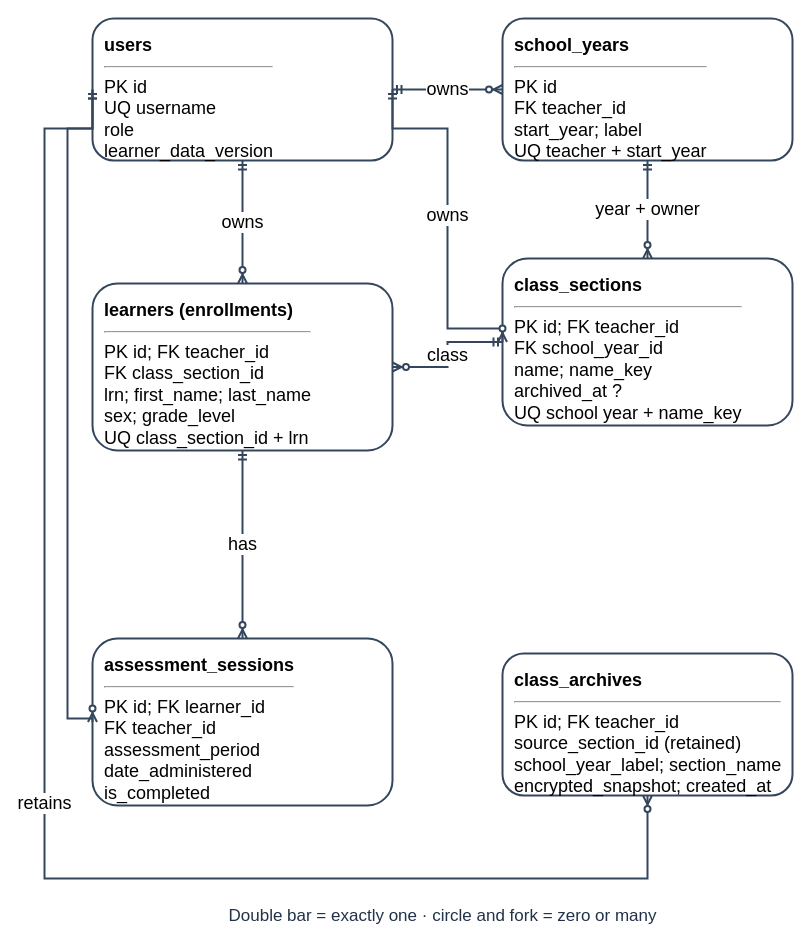
Above: docs/diagrams/class-workspaces/figure-24-class-erd.drawio in AkuSayangKamuJudaSayang/crl-app (draw.io), before the change. Source tidied: cells renumbered, new cells numbered last; positions are measured from the earlier drawing's top-left corner, leaving out a move shared by most shapes. Both pictures are drawn from the tidied source at 100%, with x=0, y=0 at pixel (44, 18).
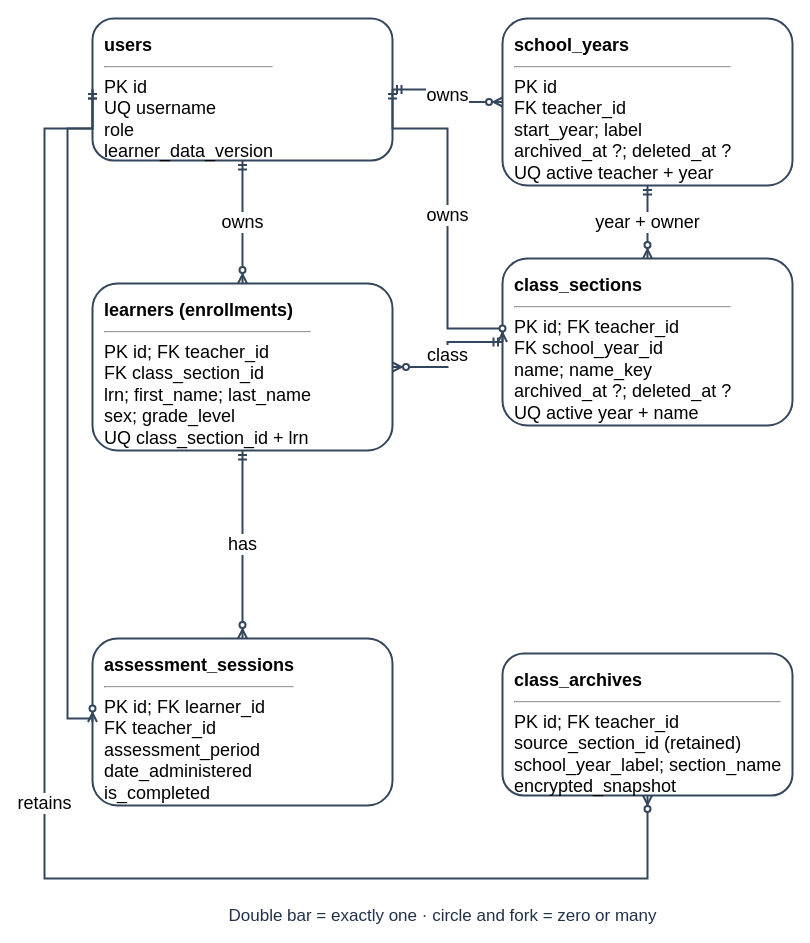
After the change.

What changed in the source:
```diff
@@
-    <mxCell id="4" value="&lt;b&gt;school_years&lt;/b&gt;&lt;br&gt;&lt;hr&gt;PK id&lt;br&gt;FK teacher_id&lt;br&gt;start_year; label&lt;br&gt;UQ teacher + start_year" style="rounded=1;html=1;whiteSpace=wrap;fillColor=#ffffff;strokeColor=#34465c;strokeWidth=2;align=left;verticalAlign=top;spacing=12;fontSize=18;" parent="1" vertex="1">
-      <mxGeometry x="458" width="290" height="142" as="geometry" />
+    <mxCell id="4" value="&lt;b&gt;school_years&lt;/b&gt;&lt;br&gt;&lt;hr&gt;PK id&lt;br&gt;FK teacher_id&lt;br&gt;start_year; label&lt;br&gt;archived_at ?; deleted_at ?&lt;br&gt;UQ active teacher + year" style="rounded=1;html=1;whiteSpace=wrap;fillColor=#ffffff;strokeColor=#34465c;strokeWidth=2;align=left;verticalAlign=top;spacing=12;fontSize=18;" parent="1" vertex="1">
+      <mxGeometry x="458" width="290" height="167" as="geometry" />
     </mxCell>
-    <mxCell id="5" value="&lt;b&gt;class_sections&lt;/b&gt;&lt;br&gt;&lt;hr&gt;PK id; FK teacher_id&lt;br&gt;FK school_year_id&lt;br&gt;name; name_key&lt;br&gt;archived_at ?&lt;br&gt;UQ school year + name_key" style="rounded=1;html=1;whiteSpace=wrap;fillColor=#ffffff;strokeColor=#34465c;strokeWidth=2;align=left;verticalAlign=top;spacing=12;fontSize=18;" parent="1" vertex="1">
+    <mxCell id="5" value="&lt;b&gt;class_sections&lt;/b&gt;&lt;br&gt;&lt;hr&gt;PK id; FK teacher_id&lt;br&gt;FK school_year_id&lt;br&gt;name; name_key&lt;br&gt;archived_at ?; deleted_at ?&lt;br&gt;UQ active year + name" style="rounded=1;html=1;whiteSpace=wrap;fillColor=#ffffff;strokeColor=#34465c;strokeWidth=2;align=left;verticalAlign=top;spacing=12;fontSize=18;" parent="1" vertex="1">
       <mxGeometry x="458" y="240" width="290" height="167" as="geometry" />
     </mxCell>
@@
-    <mxCell id="8" value="&lt;b&gt;class_archives&lt;/b&gt;&lt;br&gt;&lt;hr&gt;PK id; FK teacher_id&lt;br&gt;source_section_id (retained)&lt;br&gt;school_year_label; section_name&lt;br&gt;encrypted_snapshot; created_at" style="rounded=1;html=1;whiteSpace=wrap;fillColor=#ffffff;strokeColor=#34465c;strokeWidth=2;align=left;verticalAlign=top;spacing=12;fontSize=18;" parent="1" vertex="1">
+    <mxCell id="8" value="&lt;b&gt;class_archives&lt;/b&gt;&lt;br&gt;&lt;hr&gt;PK id; FK teacher_id&lt;br&gt;source_section_id (retained)&lt;br&gt;school_year_label; section_name&lt;br&gt;encrypted_snapshot" style="rounded=1;html=1;whiteSpace=wrap;fillColor=#ffffff;strokeColor=#34465c;strokeWidth=2;align=left;verticalAlign=top;spacing=12;fontSize=18;" parent="1" vertex="1">
       <mxGeometry x="458" y="635" width="290" height="142" as="geometry" />
     </mxCell>
```
